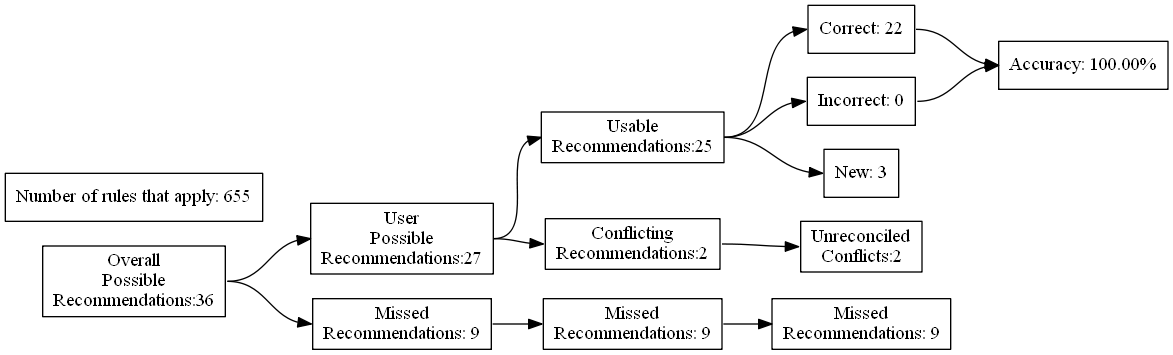
Before: test_renders/99.gv.png, a diagram exported from Graphviz (ZaxR/ibd_diet_analysis). Its source is kept beside it as test_renders/99.gv. Its diagram source:
```dot
digraph {
	graph [rankdir=LR]
	node [pos=r shape=box]
	edge [headport=w tailport=e]
		A [label="Overall
Possible
Recommendations:36"]
		B [label="User
Possible
Recommendations:27"]
		C [label="Missed
Recommendations: 9"]
		D [label="Usable
Recommendations:25"]
		E [label="Conflicting
Recommendations:2"]
		J [label="Missed
Recommendations: 9"]
		M [label="Unreconciled
Conflicts:2"]
		F [label="Correct: 22"]
		G [label="Incorrect: 0"]
		H [label="New: 3"]
		K [label="Missed
Recommendations: 9"]
		I [label="Accuracy: 100.00%"]
		l [label="Number of rules that apply: 655"]
			A -> B
			A -> C
			B -> D
			B -> E
			D -> F
			D -> G
			D -> H
			F -> I
			G -> I
			C -> J
			J -> K
			E -> M
}
```
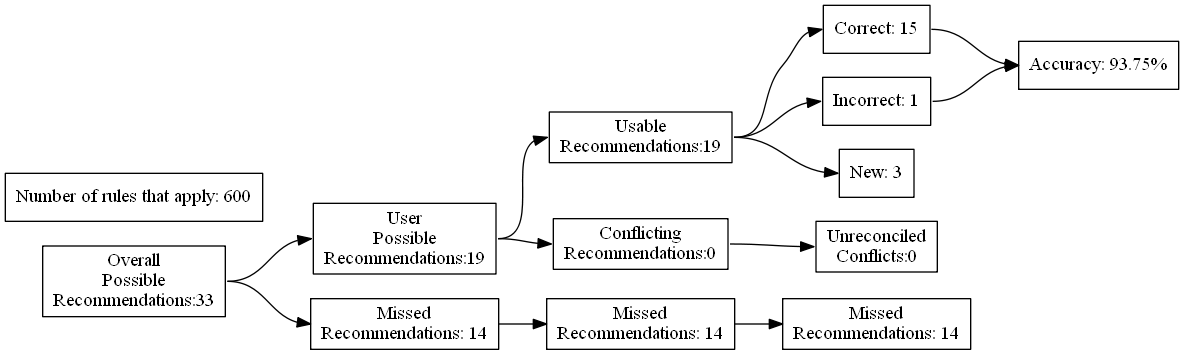
The same file after the commit.

Change to the diagram source:
```diff
@@ -4,27 +4,27 @@
 	edge [headport=w tailport=e]
 		A [label="Overall
 Possible
-Recommendations:36"]
+Recommendations:33"]
 		B [label="User
 Possible
-Recommendations:27"]
+Recommendations:19"]
 		C [label="Missed
-Recommendations: 9"]
+Recommendations: 14"]
 		D [label="Usable
-Recommendations:25"]
+Recommendations:19"]
 		E [label="Conflicting
-Recommendations:2"]
+Recommendations:0"]
 		J [label="Missed
-Recommendations: 9"]
+Recommendations: 14"]
 		M [label="Unreconciled
-Conflicts:2"]
-		F [label="Correct: 22"]
-		G [label="Incorrect: 0"]
+Conflicts:0"]
+		F [label="Correct: 15"]
+		G [label="Incorrect: 1"]
 		H [label="New: 3"]
 		K [label="Missed
-Recommendations: 9"]
-		I [label="Accuracy: 100.00%"]
-		l [label="Number of rules that apply: 655"]
+Recommendations: 14"]
+		I [label="Accuracy: 93.75%"]
+		l [label="Number of rules that apply: 600"]
 			A -> B
 			A -> C
 			B -> D
```
